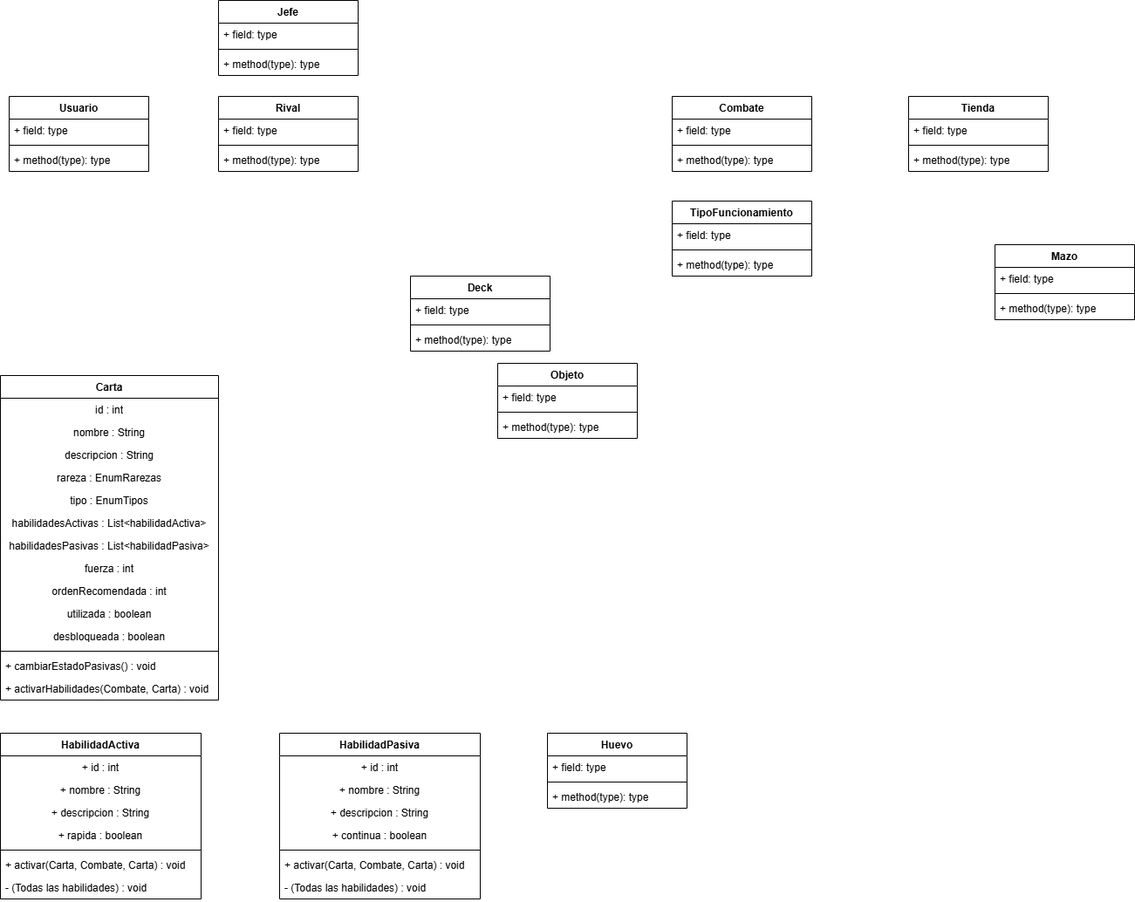
Before: Imagenes/diagrama de clases.drawio.png, a diagram exported from draw.io (gian700/Beastdeck). Source tidied: cells renumbered, new cells last; positions are measured from the earlier drawing's top-left corner, leaving out a move shared by most shapes.
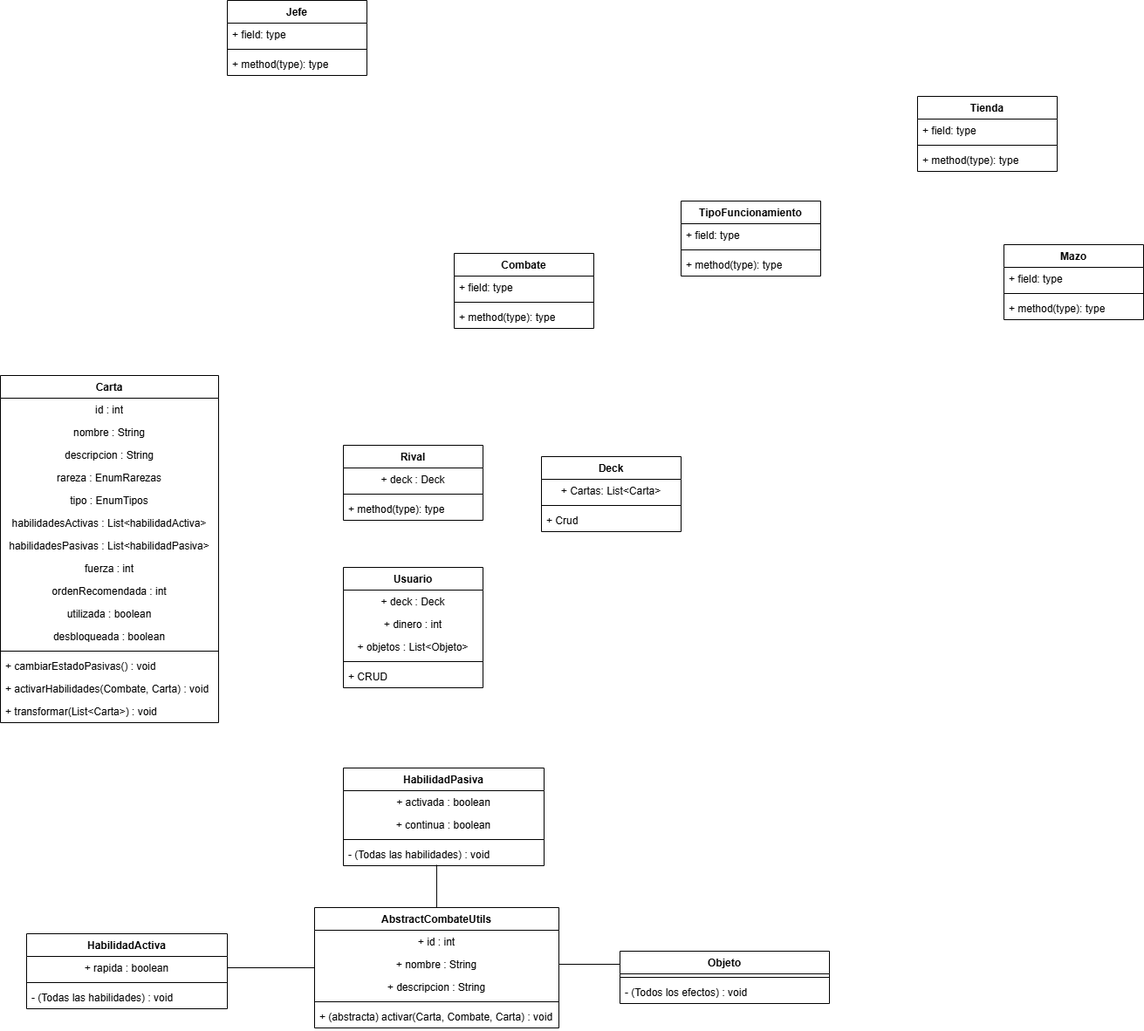
After the change.

What changed in the source:
```diff
@@ -3,7 +3,7 @@
     <mxCell id="0" />
     <mxCell id="1" parent="0" />
     <mxCell id="2" value="Carta" style="swimlane;fontStyle=1;align=center;verticalAlign=top;horizontal=1;startSize=26;whiteSpace=wrap;html=1;" parent="1" vertex="1">
-      <mxGeometry y="430" width="250" height="372" as="geometry" />
+      <mxGeometry x="-10" y="430" width="250" height="398" as="geometry" />
     </mxCell>
     <mxCell id="3" value="&lt;div&gt;id : int&lt;/div&gt;" style="text;strokeColor=none;fillColor=none;align=center;verticalAlign=top;spacingLeft=4;spacingRight=4;overflow=hidden;whiteSpace=wrap;html=1;" parent="2" vertex="1">
       <mxGeometry y="26" width="250" height="26" as="geometry" />
@@ -47,44 +47,35 @@
     <mxCell id="16" value="+ activarHabilidades(Combate, Carta) : void" style="text;strokeColor=none;fillColor=none;align=left;verticalAlign=top;spacingLeft=4;spacingRight=4;overflow=hidden;whiteSpace=wrap;html=1;" parent="2" vertex="1">
       <mxGeometry y="346" width="250" height="26" as="geometry" />
     </mxCell>
+    <mxCell id="73" value="+ transformar(List&amp;lt;Carta&amp;gt;) : void" style="text;strokeColor=none;fillColor=none;align=left;verticalAlign=top;spacingLeft=4;spacingRight=4;overflow=hidden;whiteSpace=wrap;html=1;" parent="2" vertex="1">
+      <mxGeometry y="372" width="250" height="26" as="geometry" />
+    </mxCell>
     <mxCell id="17" value="HabilidadActiva" style="swimlane;fontStyle=1;align=center;verticalAlign=top;horizontal=1;startSize=26;whiteSpace=wrap;html=1;" parent="1" vertex="1">
-      <mxGeometry y="840" width="230" height="190" as="geometry" />
+      <mxGeometry x="20" y="1070" width="230" height="86" as="geometry" />
     </mxCell>
-    <mxCell id="18" value="+ id : int" style="text;strokeColor=none;fillColor=none;align=center;verticalAlign=top;spacingLeft=4;spacingRight=4;overflow=hidden;whiteSpace=wrap;html=1;" parent="17" vertex="1">
-      <mxGeometry y="26" width="230" height="26" as="geometry" />
-    </mxCell>
-    <mxCell id="19" value="+ nombre : String" style="text;strokeColor=none;fillColor=none;align=center;verticalAlign=top;spacingLeft=4;spacingRight=4;overflow=hidden;whiteSpace=wrap;html=1;" parent="17" vertex="1">
-      <mxGeometry y="52" width="230" height="26" as="geometry" />
-    </mxCell>
-    <mxCell id="20" value="+ descripcion : String" style="text;strokeColor=none;fillColor=none;align=center;verticalAlign=top;spacingLeft=4;spacingRight=4;overflow=hidden;whiteSpace=wrap;html=1;" parent="17" vertex="1">
-      <mxGeometry y="78" width="230" height="26" as="geometry" />
-    </mxCell>
     <mxCell id="21" value="+ rapida : boolean" style="text;strokeColor=none;fillColor=none;align=center;verticalAlign=top;spacingLeft=4;spacingRight=4;overflow=hidden;points=[[0,0.5],[1,0.5]];portConstraint=eastwest;whiteSpace=wrap;html=1;" parent="17" vertex="1">
-      <mxGeometry y="104" width="230" height="26" as="geometry" />
+      <mxGeometry y="26" width="230" height="26" as="geometry" />
     </mxCell>
     <mxCell id="22" style="line;strokeWidth=1;fillColor=none;align=left;verticalAlign=middle;spacingTop=-1;spacingLeft=3;spacingRight=3;labelPosition=right;strokeColor=inherit;" parent="17" vertex="1">
-      <mxGeometry y="130" width="230" height="8" as="geometry" />
+      <mxGeometry y="52" width="230" height="8" as="geometry" />
     </mxCell>
-    <mxCell id="23" value="+ activar(Carta, Combate, Carta) : void" style="text;strokeColor=none;fillColor=none;align=left;verticalAlign=top;spacingLeft=4;spacingRight=4;overflow=hidden;whiteSpace=wrap;html=1;" parent="17" vertex="1">
-      <mxGeometry y="138" width="230" height="26" as="geometry" />
-    </mxCell>
     <mxCell id="24" value="- (Todas las habilidades) : void" style="text;strokeColor=none;fillColor=none;align=left;verticalAlign=top;spacingLeft=4;spacingRight=4;overflow=hidden;whiteSpace=wrap;html=1;" parent="17" vertex="1">
-      <mxGeometry y="164" width="230" height="26" as="geometry" />
+      <mxGeometry y="60" width="230" height="26" as="geometry" />
     </mxCell>
     <mxCell id="25" value="Deck" style="swimlane;fontStyle=1;align=center;verticalAlign=top;horizontal=1;startSize=26;whiteSpace=wrap;html=1;" parent="1" vertex="1">
-      <mxGeometry x="470" y="316" width="160" height="86" as="geometry" />
+      <mxGeometry x="610" y="523" width="160" height="86" as="geometry" />
     </mxCell>
-    <mxCell id="26" value="+ field: type" style="text;strokeColor=none;fillColor=none;align=left;verticalAlign=top;spacingLeft=4;spacingRight=4;overflow=hidden;whiteSpace=wrap;html=1;" parent="25" vertex="1">
+    <mxCell id="26" value="+ Cartas: List&amp;lt;Carta&amp;gt;" style="text;strokeColor=none;fillColor=none;align=center;verticalAlign=top;spacingLeft=4;spacingRight=4;overflow=hidden;whiteSpace=wrap;html=1;" parent="25" vertex="1">
       <mxGeometry y="26" width="160" height="26" as="geometry" />
     </mxCell>
     <mxCell id="27" style="line;strokeWidth=1;fillColor=none;align=left;verticalAlign=middle;spacingTop=-1;spacingLeft=3;spacingRight=3;labelPosition=right;strokeColor=inherit;" parent="25" vertex="1">
       <mxGeometry y="52" width="160" height="8" as="geometry" />
     </mxCell>
-    <mxCell id="28" value="+ method(type): type" style="text;strokeColor=none;fillColor=none;align=left;verticalAlign=top;spacingLeft=4;spacingRight=4;overflow=hidden;whiteSpace=wrap;html=1;" parent="25" vertex="1">
+    <mxCell id="28" value="+ Crud" style="text;strokeColor=none;fillColor=none;align=left;verticalAlign=top;spacingLeft=4;spacingRight=4;overflow=hidden;whiteSpace=wrap;html=1;" parent="25" vertex="1">
       <mxGeometry y="60" width="160" height="26" as="geometry" />
     </mxCell>
     <mxCell id="29" value="Combate" style="swimlane;fontStyle=1;align=center;verticalAlign=top;horizontal=1;startSize=26;whiteSpace=wrap;html=1;" parent="1" vertex="1">
-      <mxGeometry x="770" y="110" width="160" height="86" as="geometry" />
+      <mxGeometry x="510" y="290" width="160" height="86" as="geometry" />
     </mxCell>
     <mxCell id="30" value="+ field: type" style="text;strokeColor=none;fillColor=none;align=left;verticalAlign=top;spacingLeft=4;spacingRight=4;overflow=hidden;whiteSpace=wrap;html=1;" parent="29" vertex="1">
       <mxGeometry y="26" width="160" height="26" as="geometry" />
@@ -108,16 +99,22 @@
       <mxGeometry y="60" width="160" height="26" as="geometry" />
     </mxCell>
     <mxCell id="37" value="Usuario" style="swimlane;fontStyle=1;align=center;verticalAlign=top;horizontal=1;startSize=26;whiteSpace=wrap;html=1;" parent="1" vertex="1">
-      <mxGeometry x="10" y="110" width="160" height="86" as="geometry" />
+      <mxGeometry x="383" y="650" width="160" height="138" as="geometry" />
     </mxCell>
-    <mxCell id="38" value="+ field: type" style="text;strokeColor=none;fillColor=none;align=left;verticalAlign=top;spacingLeft=4;spacingRight=4;overflow=hidden;whiteSpace=wrap;html=1;" parent="37" vertex="1">
-      <mxGeometry y="26" width="160" height="26" as="geometry" />
-    </mxCell>
+    <mxCell id="74" value="+ deck : Deck" style="text;strokeColor=none;fillColor=none;align=center;verticalAlign=top;spacingLeft=4;spacingRight=4;overflow=hidden;whiteSpace=wrap;html=1;" parent="37" vertex="1">
+      <mxGeometry y="26" width="160" height="26" as="geometry" />
+    </mxCell>
+    <mxCell id="75" value="+ dinero : int" style="text;strokeColor=none;fillColor=none;align=center;verticalAlign=top;spacingLeft=4;spacingRight=4;overflow=hidden;whiteSpace=wrap;html=1;" parent="37" vertex="1">
+      <mxGeometry y="52" width="160" height="26" as="geometry" />
+    </mxCell>
+    <mxCell id="76" value="+ objetos : List&amp;lt;Objeto&amp;gt;" style="text;strokeColor=none;fillColor=none;align=center;verticalAlign=top;spacingLeft=4;spacingRight=4;overflow=hidden;whiteSpace=wrap;html=1;" parent="37" vertex="1">
+      <mxGeometry y="78" width="160" height="26" as="geometry" />
+    </mxCell>
     <mxCell id="39" style="line;strokeWidth=1;fillColor=none;align=left;verticalAlign=middle;spacingTop=-1;spacingLeft=3;spacingRight=3;labelPosition=right;strokeColor=inherit;" parent="37" vertex="1">
-      <mxGeometry y="52" width="160" height="8" as="geometry" />
+      <mxGeometry y="104" width="160" height="8" as="geometry" />
     </mxCell>
-    <mxCell id="40" value="+ method(type): type" style="text;strokeColor=none;fillColor=none;align=left;verticalAlign=top;spacingLeft=4;spacingRight=4;overflow=hidden;whiteSpace=wrap;html=1;" parent="37" vertex="1">
-      <mxGeometry y="60" width="160" height="26" as="geometry" />
+    <mxCell id="40" value="+ CRUD" style="text;strokeColor=none;fillColor=none;align=left;verticalAlign=top;spacingLeft=4;spacingRight=4;overflow=hidden;whiteSpace=wrap;html=1;" parent="37" vertex="1">
+      <mxGeometry y="112" width="160" height="26" as="geometry" />
     </mxCell>
     <mxCell id="41" value="Mazo" style="swimlane;fontStyle=1;align=center;verticalAlign=top;horizontal=1;startSize=26;whiteSpace=wrap;html=1;" parent="1" vertex="1">
       <mxGeometry x="1140" y="280" width="160" height="86" as="geometry" />
@@ -144,9 +141,9 @@
       <mxGeometry y="60" width="160" height="26" as="geometry" />
     </mxCell>
     <mxCell id="49" value="Rival" style="swimlane;fontStyle=1;align=center;verticalAlign=top;horizontal=1;startSize=26;whiteSpace=wrap;html=1;" parent="1" vertex="1">
-      <mxGeometry x="250" y="110" width="160" height="86" as="geometry" />
+      <mxGeometry x="383" y="510" width="160" height="86" as="geometry" />
     </mxCell>
-    <mxCell id="50" value="+ field: type" style="text;strokeColor=none;fillColor=none;align=left;verticalAlign=top;spacingLeft=4;spacingRight=4;overflow=hidden;whiteSpace=wrap;html=1;" parent="49" vertex="1">
+    <mxCell id="50" value="+ deck : Deck" style="text;strokeColor=none;fillColor=none;align=center;verticalAlign=top;spacingLeft=4;spacingRight=4;overflow=hidden;whiteSpace=wrap;html=1;" parent="49" vertex="1">
       <mxGeometry y="26" width="160" height="26" as="geometry" />
     </mxCell>
     <mxCell id="51" style="line;strokeWidth=1;fillColor=none;align=left;verticalAlign=middle;spacingTop=-1;spacingLeft=3;spacingRight=3;labelPosition=right;strokeColor=inherit;" parent="49" vertex="1">
@@ -155,18 +152,6 @@
     <mxCell id="52" value="+ method(type): type" style="text;strokeColor=none;fillColor=none;align=left;verticalAlign=top;spacingLeft=4;spacingRight=4;overflow=hidden;whiteSpace=wrap;html=1;" parent="49" vertex="1">
       <mxGeometry y="60" width="160" height="26" as="geometry" />
     </mxCell>
-    <mxCell id="53" value="Huevo" style="swimlane;fontStyle=1;align=center;verticalAlign=top;horizontal=1;startSize=26;whiteSpace=wrap;html=1;" parent="1" vertex="1">
-      <mxGeometry x="627" y="840" width="160" height="86" as="geometry" />
-    </mxCell>
-    <mxCell id="54" value="+ field: type" style="text;strokeColor=none;fillColor=none;align=left;verticalAlign=top;spacingLeft=4;spacingRight=4;overflow=hidden;whiteSpace=wrap;html=1;" parent="53" vertex="1">
-      <mxGeometry y="26" width="160" height="26" as="geometry" />
-    </mxCell>
-    <mxCell id="55" style="line;strokeWidth=1;fillColor=none;align=left;verticalAlign=middle;spacingTop=-1;spacingLeft=3;spacingRight=3;labelPosition=right;strokeColor=inherit;" parent="53" vertex="1">
-      <mxGeometry y="52" width="160" height="8" as="geometry" />
-    </mxCell>
-    <mxCell id="56" value="+ method(type): type" style="text;strokeColor=none;fillColor=none;align=left;verticalAlign=top;spacingLeft=4;spacingRight=4;overflow=hidden;whiteSpace=wrap;html=1;" parent="53" vertex="1">
-      <mxGeometry y="60" width="160" height="26" as="geometry" />
-    </mxCell>
     <mxCell id="57" value="Tienda" style="swimlane;fontStyle=1;align=center;verticalAlign=top;horizontal=1;startSize=26;whiteSpace=wrap;html=1;" parent="1" vertex="1">
       <mxGeometry x="1041" y="110" width="160" height="86" as="geometry" />
     </mxCell>
@@ -180,40 +165,55 @@
       <mxGeometry y="60" width="160" height="26" as="geometry" />
     </mxCell>
     <mxCell id="61" value="Objeto" style="swimlane;fontStyle=1;align=center;verticalAlign=top;horizontal=1;startSize=26;whiteSpace=wrap;html=1;" parent="1" vertex="1">
-      <mxGeometry x="570" y="416" width="160" height="86" as="geometry" />
+      <mxGeometry x="700" y="1090" width="240" height="60" as="geometry" />
     </mxCell>
-    <mxCell id="62" value="+ field: type" style="text;strokeColor=none;fillColor=none;align=left;verticalAlign=top;spacingLeft=4;spacingRight=4;overflow=hidden;whiteSpace=wrap;html=1;" parent="61" vertex="1">
-      <mxGeometry y="26" width="160" height="26" as="geometry" />
-    </mxCell>
     <mxCell id="63" style="line;strokeWidth=1;fillColor=none;align=left;verticalAlign=middle;spacingTop=-1;spacingLeft=3;spacingRight=3;labelPosition=right;strokeColor=inherit;" parent="61" vertex="1">
-      <mxGeometry y="52" width="160" height="8" as="geometry" />
+      <mxGeometry y="26" width="240" height="8" as="geometry" />
     </mxCell>
-    <mxCell id="64" value="+ method(type): type" style="text;strokeColor=none;fillColor=none;align=left;verticalAlign=top;spacingLeft=4;spacingRight=4;overflow=hidden;whiteSpace=wrap;html=1;" parent="61" vertex="1">
-      <mxGeometry y="60" width="160" height="26" as="geometry" />
-    </mxCell>
+    <mxCell id="77" value="- (Todos los efectos) : void" style="text;strokeColor=none;fillColor=none;align=left;verticalAlign=top;spacingLeft=4;spacingRight=4;overflow=hidden;whiteSpace=wrap;html=1;" parent="61" vertex="1">
+      <mxGeometry y="34" width="240" height="26" as="geometry" />
+    </mxCell>
     <mxCell id="65" value="HabilidadPasiva" style="swimlane;fontStyle=1;align=center;verticalAlign=top;horizontal=1;startSize=26;whiteSpace=wrap;html=1;" parent="1" vertex="1">
-      <mxGeometry x="320" y="840" width="230" height="190" as="geometry" />
+      <mxGeometry x="383" y="880" width="230" height="112" as="geometry" />
     </mxCell>
-    <mxCell id="66" value="+ id : int" style="text;strokeColor=none;fillColor=none;align=center;verticalAlign=top;spacingLeft=4;spacingRight=4;overflow=hidden;whiteSpace=wrap;html=1;" parent="65" vertex="1">
-      <mxGeometry y="26" width="230" height="26" as="geometry" />
-    </mxCell>
-    <mxCell id="67" value="+ nombre : String" style="text;strokeColor=none;fillColor=none;align=center;verticalAlign=top;spacingLeft=4;spacingRight=4;overflow=hidden;whiteSpace=wrap;html=1;" parent="65" vertex="1">
-      <mxGeometry y="52" width="230" height="26" as="geometry" />
-    </mxCell>
-    <mxCell id="68" value="+ descripcion : String" style="text;strokeColor=none;fillColor=none;align=center;verticalAlign=top;spacingLeft=4;spacingRight=4;overflow=hidden;whiteSpace=wrap;html=1;" parent="65" vertex="1">
-      <mxGeometry y="78" width="230" height="26" as="geometry" />
-    </mxCell>
+    <mxCell id="78" value="+ activada : boolean" style="text;strokeColor=none;fillColor=none;align=center;verticalAlign=top;spacingLeft=4;spacingRight=4;overflow=hidden;whiteSpace=wrap;html=1;" parent="65" vertex="1">
+      <mxGeometry y="26" width="230" height="26" as="geometry" />
+    </mxCell>
     <mxCell id="69" value="+ continua : boolean" style="text;strokeColor=none;fillColor=none;align=center;verticalAlign=top;spacingLeft=4;spacingRight=4;overflow=hidden;whiteSpace=wrap;html=1;" parent="65" vertex="1">
-      <mxGeometry y="104" width="230" height="26" as="geometry" />
+      <mxGeometry y="52" width="230" height="26" as="geometry" />
     </mxCell>
     <mxCell id="70" style="line;strokeWidth=1;fillColor=none;align=left;verticalAlign=middle;spacingTop=-1;spacingLeft=3;spacingRight=3;labelPosition=right;strokeColor=inherit;" parent="65" vertex="1">
-      <mxGeometry y="130" width="230" height="8" as="geometry" />
+      <mxGeometry y="78" width="230" height="8" as="geometry" />
     </mxCell>
-    <mxCell id="71" value="+ activar(Carta, Combate, Carta) : void" style="text;strokeColor=none;fillColor=none;align=left;verticalAlign=top;spacingLeft=4;spacingRight=4;overflow=hidden;whiteSpace=wrap;html=1;" parent="65" vertex="1">
-      <mxGeometry y="138" width="230" height="26" as="geometry" />
-    </mxCell>
     <mxCell id="72" value="- (Todas las habilidades) : void" style="text;strokeColor=none;fillColor=none;align=left;verticalAlign=top;spacingLeft=4;spacingRight=4;overflow=hidden;points=[[0,0.5],[1,0.5]];portConstraint=eastwest;whiteSpace=wrap;html=1;" parent="65" vertex="1">
-      <mxGeometry y="164" width="230" height="26" as="geometry" />
+      <mxGeometry y="86" width="230" height="26" as="geometry" />
     </mxCell>
+    <mxCell id="79" style="edgeStyle=orthogonalEdgeStyle;rounded=0;jettySize=auto;html=1;entryX=1;entryY=0.5;entryDx=0;entryDy=0;endArrow=none;startFill=0;" parent="1" edge="1" source="80" target="21">
+      <mxGeometry relative="1" as="geometry" />
+    </mxCell>
+    <mxCell id="80" value="AbstractCombateUtils" style="swimlane;fontStyle=1;align=center;verticalAlign=top;horizontal=1;startSize=26;whiteSpace=wrap;html=1;" parent="1" vertex="1">
+      <mxGeometry x="350" y="1040" width="280" height="138" as="geometry" />
+    </mxCell>
+    <mxCell id="81" value="+ id : int" style="text;strokeColor=none;fillColor=none;align=center;verticalAlign=top;spacingLeft=4;spacingRight=4;overflow=hidden;whiteSpace=wrap;html=1;" parent="80" vertex="1">
+      <mxGeometry y="26" width="280" height="26" as="geometry" />
+    </mxCell>
+    <mxCell id="82" value="+ nombre : String" style="text;strokeColor=none;fillColor=none;align=center;verticalAlign=top;spacingLeft=4;spacingRight=4;overflow=hidden;points=[[0,0.5],[1,0.5]];portConstraint=eastwest;whiteSpace=wrap;html=1;" parent="80" vertex="1">
+      <mxGeometry y="52" width="280" height="26" as="geometry" />
+    </mxCell>
+    <mxCell id="83" value="+ descripcion : String" style="text;strokeColor=none;fillColor=none;align=center;verticalAlign=top;spacingLeft=4;spacingRight=4;overflow=hidden;whiteSpace=wrap;html=1;" parent="80" vertex="1">
+      <mxGeometry y="78" width="280" height="26" as="geometry" />
+    </mxCell>
+    <mxCell id="84" style="line;strokeWidth=1;fillColor=none;align=left;verticalAlign=middle;spacingTop=-1;spacingLeft=3;spacingRight=3;labelPosition=right;strokeColor=inherit;" parent="80" vertex="1">
+      <mxGeometry y="104" width="280" height="8" as="geometry" />
+    </mxCell>
+    <mxCell id="85" value="+ (abstracta) activar(Carta, Combate, Carta) : void" style="text;strokeColor=none;fillColor=none;align=left;verticalAlign=top;spacingLeft=4;spacingRight=4;overflow=hidden;whiteSpace=wrap;html=1;" parent="80" vertex="1">
+      <mxGeometry y="112" width="280" height="26" as="geometry" />
+    </mxCell>
+    <mxCell id="86" style="edgeStyle=orthogonalEdgeStyle;rounded=0;jettySize=auto;html=1;entryX=0.465;entryY=0.962;entryDx=0;entryDy=0;entryPerimeter=0;endArrow=none;startFill=0;" parent="1" edge="1" source="80" target="72">
+      <mxGeometry relative="1" as="geometry" />
+    </mxCell>
+    <mxCell id="87" style="edgeStyle=orthogonalEdgeStyle;rounded=0;jettySize=auto;html=1;entryX=0;entryY=0.25;entryDx=0;entryDy=0;endArrow=none;startFill=0;" parent="1" edge="1" source="82" target="61">
+      <mxGeometry relative="1" as="geometry" />
+    </mxCell>
   </root>
 </mxGraphModel>
```
